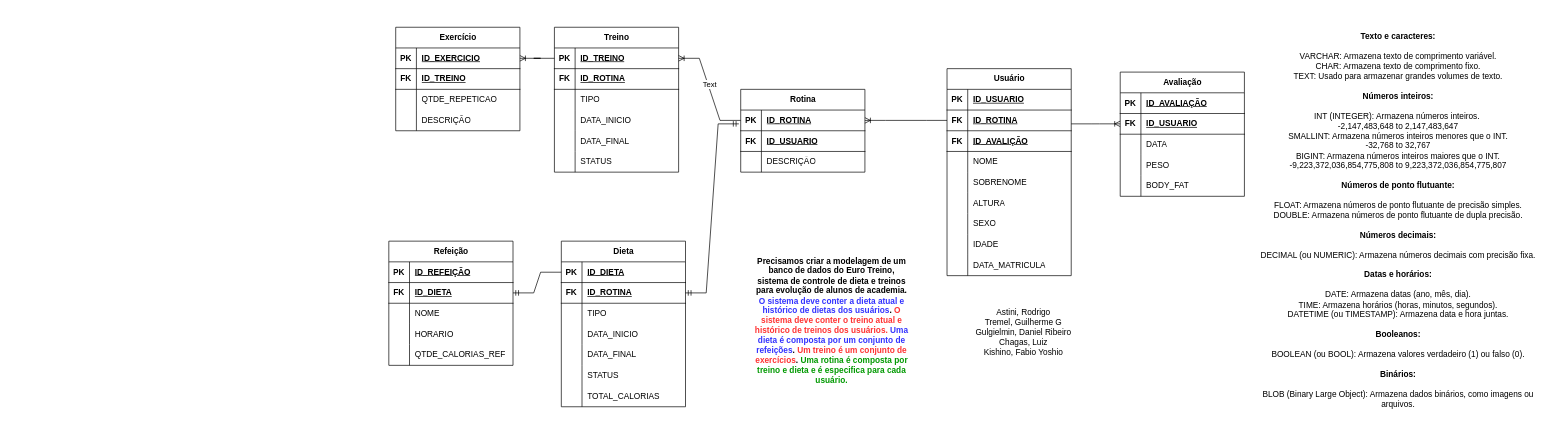
The draw.io diagram Copy of Exercicio1_Ada.drawio in giuliano435/draw.io, before the edit. Source tidied: cells renumbered, new cells numbered last; positions are measured from the earlier drawing's top-left corner, leaving out a move shared by most shapes. Both pictures are drawn from the tidied source at 69%, with x=0, y=0 at pixel (388, 12).
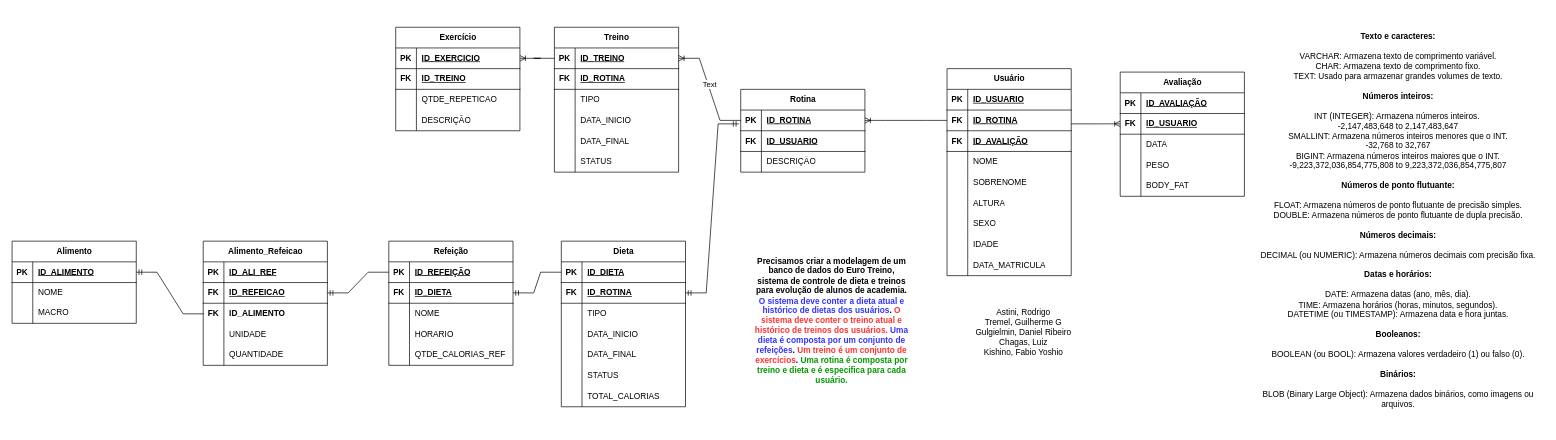
After the change.

Unchanged cells that the change refers to:
```xml
<mxCell id="32" style="shape=tableRow;horizontal=0;startSize=0;swimlaneHead=0;swimlaneBody=0;fillColor=none;points=[[0,0.5],[1,0.5]];portConstraint=eastwest;top=0;left=0;right=0;bottom=1;" parent="31" vertex="1">
  <mxGeometry y="30" width="180" height="30" as="geometry" />
</mxCell>
```

The edit, as a diff of the source:
```diff
@@
+    <mxCell id="136" value="Alimento_Refeicao" style="shape=table;startSize=30;childLayout=tableLayout;rowLines=0;fontStyle=1;align=center;html=1;" parent="1" vertex="1">
+      <mxGeometry x="-269" y="332" width="180" height="180" as="geometry" />
+    </mxCell>
+    <mxCell id="137" style="shape=tableRow;horizontal=0;startSize=0;swimlaneHead=0;swimlaneBody=0;fillColor=none;top=0;left=0;right=0;bottom=1;" parent="136" vertex="1">
+      <mxGeometry y="30" width="180" height="30" as="geometry" />
+    </mxCell>
+    <mxCell id="138" value="PK" style="shape=partialRectangle;fillColor=none;top=0;left=0;bottom=0;right=0;fontStyle=1;overflow=hidden;whiteSpace=wrap;html=1;" parent="137" vertex="1">
+      <mxGeometry width="30" height="30" as="geometry" />
+    </mxCell>
+    <mxCell id="139" value="ID_ALI_REF" style="shape=partialRectangle;fillColor=none;top=0;left=0;bottom=0;right=0;align=left;spacingLeft=6;fontStyle=5;overflow=hidden;whiteSpace=wrap;html=1;" parent="137" vertex="1">
+      <mxGeometry x="30" width="150" height="30" as="geometry" />
+    </mxCell>
+    <mxCell id="140" style="shape=tableRow;horizontal=0;startSize=0;swimlaneHead=0;swimlaneBody=0;fillColor=none;points=[[0,0.5],[1,0.5]];portConstraint=eastwest;top=0;left=0;right=0;bottom=1;" parent="136" vertex="1">
+      <mxGeometry y="60" width="180" height="30" as="geometry" />
+    </mxCell>
+    <mxCell id="141" value="FK" style="shape=partialRectangle;fillColor=none;top=0;left=0;bottom=0;right=0;fontStyle=1;overflow=hidden;whiteSpace=wrap;html=1;" parent="140" vertex="1">
+      <mxGeometry width="30" height="30" as="geometry" />
+    </mxCell>
+    <mxCell id="142" value="ID_REFEICAO" style="shape=partialRectangle;fillColor=none;top=0;left=0;bottom=0;right=0;align=left;spacingLeft=6;fontStyle=5;overflow=hidden;whiteSpace=wrap;html=1;" parent="140" vertex="1">
+      <mxGeometry x="30" width="150" height="30" as="geometry" />
+    </mxCell>
+    <mxCell id="143" style="shape=tableRow;horizontal=0;startSize=0;swimlaneHead=0;swimlaneBody=0;fillColor=none;points=[[0,0.5],[1,0.5]];portConstraint=eastwest;top=0;left=0;right=0;bottom=0;strokeColor=default;perimeterSpacing=9;" parent="136" vertex="1">
+      <mxGeometry y="90" width="180" height="30" as="geometry" />
+    </mxCell>
+    <mxCell id="144" value="&lt;b&gt;FK&lt;/b&gt;" style="shape=partialRectangle;fillColor=none;top=0;left=0;bottom=0;right=0;overflow=hidden;whiteSpace=wrap;html=1;strokeColor=#000000;strokeWidth=5;" parent="143" vertex="1">
+      <mxGeometry width="30" height="30" as="geometry" />
+    </mxCell>
+    <mxCell id="145" value="&lt;b&gt;ID_ALIMENTO&lt;/b&gt;" style="shape=partialRectangle;fillColor=none;top=0;left=0;bottom=0;right=0;align=left;spacingLeft=6;overflow=hidden;whiteSpace=wrap;html=1;strokeColor=#000000;strokeWidth=5;perimeterSpacing=10;" parent="143" vertex="1">
+      <mxGeometry x="30" width="150" height="30" as="geometry" />
+    </mxCell>
+    <mxCell id="146" style="shape=tableRow;horizontal=0;startSize=0;swimlaneHead=0;swimlaneBody=0;fillColor=none;top=0;left=0;right=0;bottom=0;" parent="136" vertex="1">
+      <mxGeometry y="120" width="180" height="30" as="geometry" />
+    </mxCell>
+    <mxCell id="147" style="shape=partialRectangle;fillColor=none;top=0;left=0;bottom=0;right=0;overflow=hidden;whiteSpace=wrap;html=1;" parent="146" vertex="1">
+      <mxGeometry width="30" height="30" as="geometry" />
+    </mxCell>
+    <mxCell id="148" value="UNIDADE" style="shape=partialRectangle;fillColor=none;top=0;left=0;bottom=0;right=0;align=left;spacingLeft=6;overflow=hidden;whiteSpace=wrap;html=1;" parent="146" vertex="1">
+      <mxGeometry x="30" width="150" height="30" as="geometry" />
+    </mxCell>
+    <mxCell id="149" style="shape=tableRow;horizontal=0;startSize=0;swimlaneHead=0;swimlaneBody=0;fillColor=none;top=0;left=0;right=0;bottom=0;" parent="136" vertex="1">
+      <mxGeometry y="150" width="180" height="30" as="geometry" />
+    </mxCell>
+    <mxCell id="150" style="shape=partialRectangle;fillColor=none;top=0;left=0;bottom=0;right=0;overflow=hidden;whiteSpace=wrap;html=1;" parent="149" vertex="1">
+      <mxGeometry width="30" height="30" as="geometry" />
+    </mxCell>
+    <mxCell id="151" value="QUANTIDADE" style="shape=partialRectangle;fillColor=none;top=0;left=0;bottom=0;right=0;align=left;spacingLeft=6;overflow=hidden;whiteSpace=wrap;html=1;" parent="149" vertex="1">
+      <mxGeometry x="30" width="150" height="30" as="geometry" />
+    </mxCell>
+    <mxCell id="152" value="Alimento" style="shape=table;startSize=30;childLayout=tableLayout;rowLines=0;fontStyle=1;align=center;html=1;" parent="1" vertex="1">
+      <mxGeometry x="-546" y="332" width="180" height="119.1" as="geometry" />
+    </mxCell>
+    <mxCell id="153" style="shape=tableRow;horizontal=0;startSize=0;swimlaneHead=0;swimlaneBody=0;fillColor=none;points=[[0,0.5],[1,0.5]];portConstraint=eastwest;top=0;left=0;right=0;bottom=1;" parent="152" vertex="1">
+      <mxGeometry y="30" width="180" height="30" as="geometry" />
+    </mxCell>
+    <mxCell id="154" value="PK" style="shape=partialRectangle;fillColor=none;top=0;left=0;bottom=0;right=0;fontStyle=1;overflow=hidden;whiteSpace=wrap;html=1;" parent="153" vertex="1">
+      <mxGeometry width="30" height="30" as="geometry" />
+    </mxCell>
+    <mxCell id="155" value="ID_ALIMENTO" style="shape=partialRectangle;fillColor=none;top=0;left=0;bottom=0;right=0;align=left;spacingLeft=6;fontStyle=5;overflow=hidden;whiteSpace=wrap;html=1;" parent="153" vertex="1">
+      <mxGeometry x="30" width="150" height="30" as="geometry" />
+    </mxCell>
+    <mxCell id="156" style="shape=tableRow;horizontal=0;startSize=0;swimlaneHead=0;swimlaneBody=0;fillColor=none;top=0;left=0;right=0;bottom=0;" parent="152" vertex="1">
+      <mxGeometry y="60" width="180" height="29" as="geometry" />
+    </mxCell>
+    <mxCell id="157" style="shape=partialRectangle;fillColor=none;top=0;left=0;bottom=0;right=0;overflow=hidden;whiteSpace=wrap;html=1;" parent="156" vertex="1">
+      <mxGeometry width="30" height="29" as="geometry" />
+    </mxCell>
+    <mxCell id="158" value="NOME" style="shape=partialRectangle;fillColor=none;top=0;left=0;bottom=0;right=0;align=left;spacingLeft=6;overflow=hidden;whiteSpace=wrap;html=1;" parent="156" vertex="1">
+      <mxGeometry x="30" width="150" height="29" as="geometry" />
+    </mxCell>
+    <mxCell id="159" style="shape=tableRow;horizontal=0;startSize=0;swimlaneHead=0;swimlaneBody=0;fillColor=none;top=0;left=0;right=0;bottom=0;" parent="152" vertex="1">
+      <mxGeometry y="89" width="180" height="30" as="geometry" />
+    </mxCell>
+    <mxCell id="160" style="shape=partialRectangle;fillColor=none;top=0;left=0;bottom=0;right=0;overflow=hidden;whiteSpace=wrap;html=1;" parent="159" vertex="1">
+      <mxGeometry width="30" height="30" as="geometry" />
+    </mxCell>
+    <mxCell id="161" value="MACRO" style="shape=partialRectangle;fillColor=none;top=0;left=0;bottom=0;right=0;align=left;spacingLeft=6;overflow=hidden;whiteSpace=wrap;html=1;" parent="159" vertex="1">
+      <mxGeometry x="30" width="150" height="30" as="geometry" />
+    </mxCell>
+    <mxCell id="162" style="edgeStyle=entityRelationEdgeStyle;fontSize=12;html=1;endArrow=ERmandOne;rounded=0;entryX=1;entryY=0.5;entryDx=0;entryDy=0;exitX=0;exitY=0.5;exitDx=0;exitDy=0;" parent="1" edge="1" source="32" target="140">
+      <mxGeometry relative="1" as="geometry" />
+    </mxCell>
+    <mxCell id="163" style="edgeStyle=entityRelationEdgeStyle;fontSize=12;html=1;endArrow=ERmandOne;rounded=0;exitX=0.05;exitY=0.507;exitDx=0;exitDy=0;exitPerimeter=0;entryX=1;entryY=0.5;entryDx=0;entryDy=0;" parent="1" edge="1" source="143" target="153">
+      <mxGeometry relative="1" as="geometry">
+        <Array as="points">
+          <mxPoint x="-319" y="413" />
+          <mxPoint x="-331" y="429" />
+        </Array>
+      </mxGeometry>
+    </mxCell>
```
